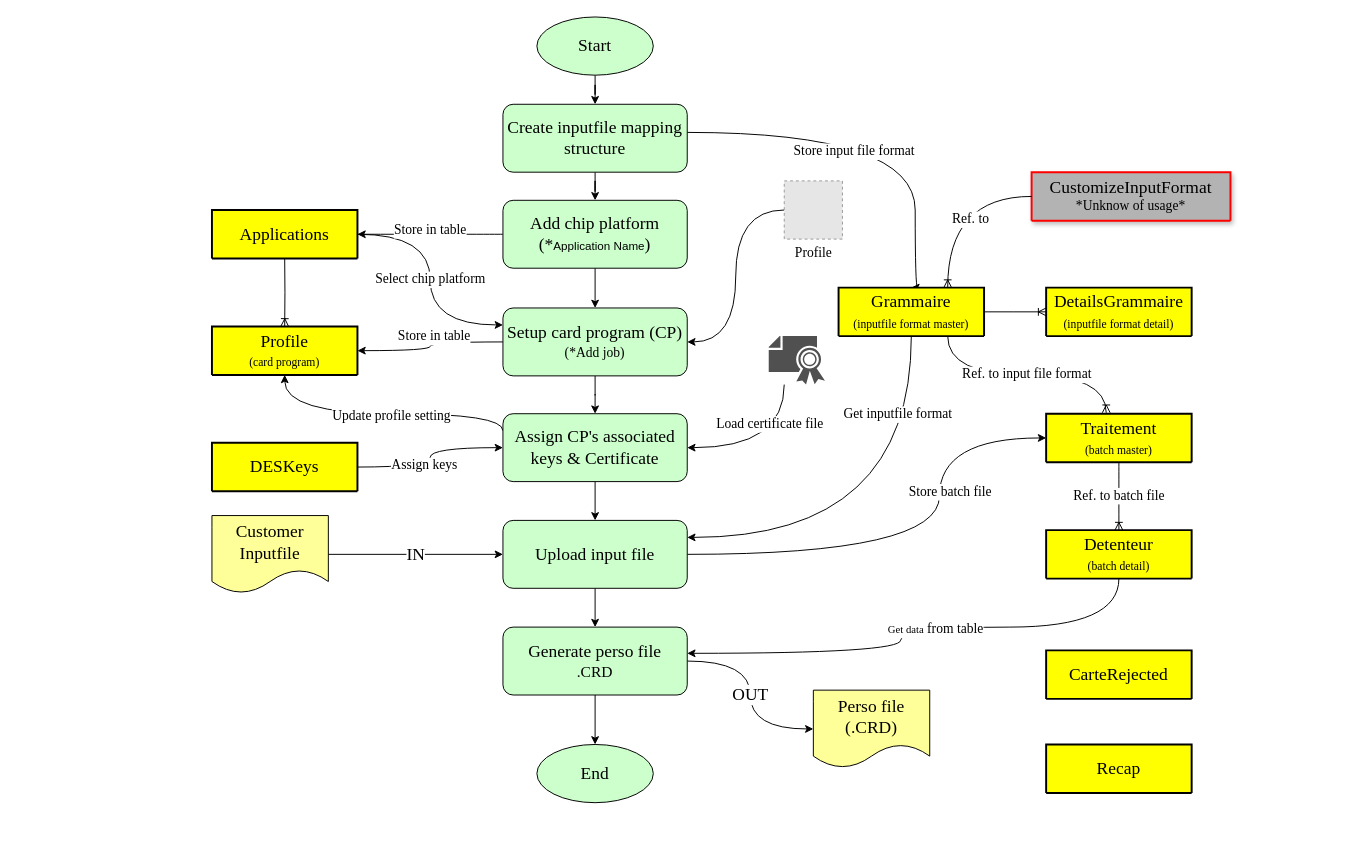
Earlier version of the draw.io diagram page "SmartCPS Core" (1 of 2) of smartcps.drawio (delphihero/MyDocument). Source tidied: cells renumbered, new cells numbered last; positions are measured from the earlier drawing's top-left corner, leaving out a move shared by most shapes. Both pictures are drawn from the tidied source at 97%, with x=0, y=0 at pixel (211, 16). Pictures stored in the file or linked from it are replaced by grey dashed boxes.
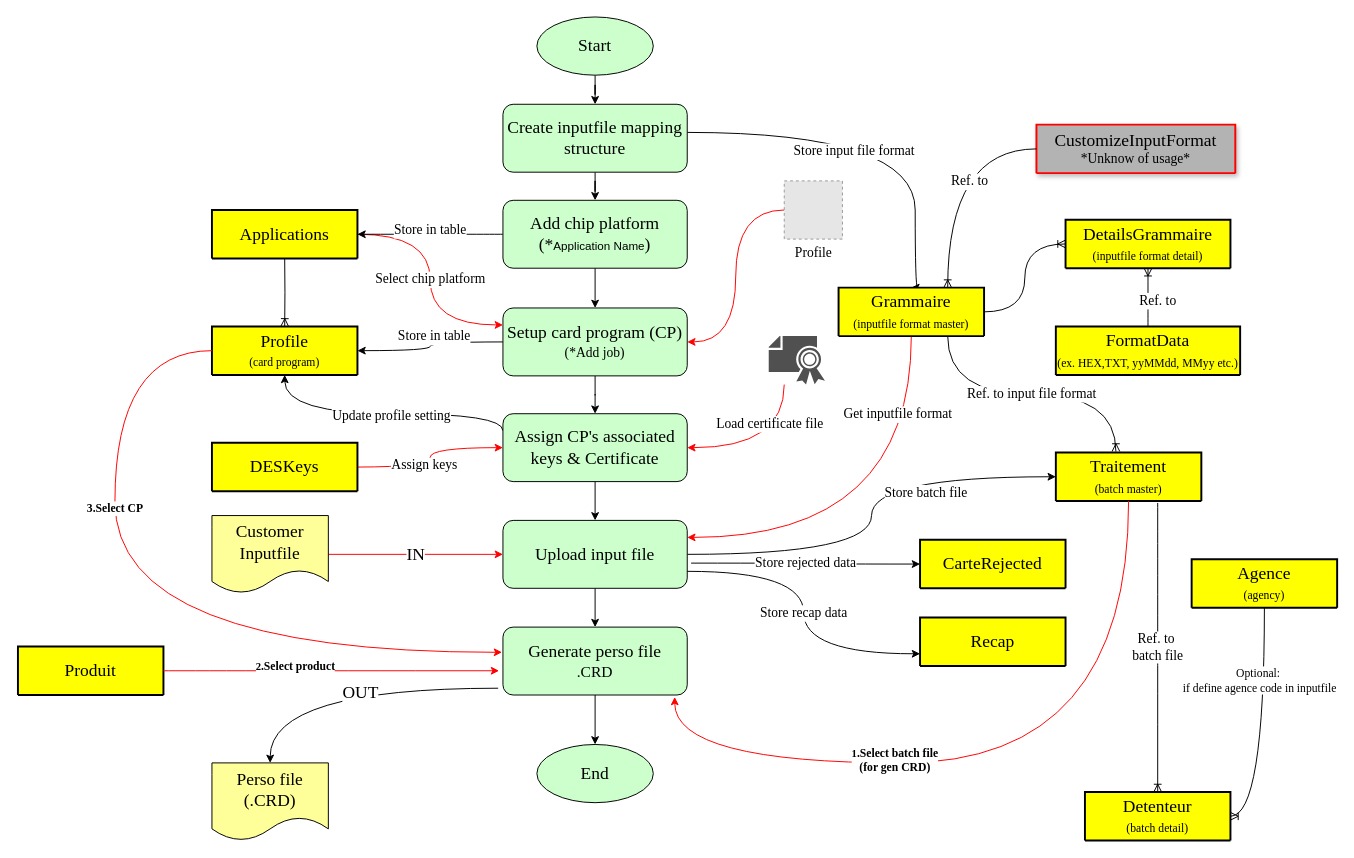
The same page after the edit.

Unchanged cells that the change refers to:
```xml
<mxCell id="7" value="&lt;div&gt;&lt;font style=&quot;font-size: 18px;&quot; face=&quot;Garamond&quot;&gt;Grammaire&lt;/font&gt;&lt;/div&gt;&lt;div&gt;&lt;font style=&quot;font-size: 12px;&quot; face=&quot;Garamond&quot;&gt;(inputfile format master)&lt;/font&gt;&lt;font size=&quot;3&quot; face=&quot;Garamond&quot;&gt;&lt;br&gt;&lt;/font&gt;&lt;/div&gt;" style="swimlane;horizontal=1;startSize=50;rounded=1;fontSize=14;fontStyle=0;strokeWidth=2;shadow=0;dashed=0;align=center;arcSize=4;whiteSpace=wrap;html=1;fillColor=#FFFF00;" parent="1" vertex="1" collapsed="1">
  <mxGeometry x="646" y="279" width="150" height="50" as="geometry" />
</mxCell>
<mxCell id="12" value="&lt;div&gt;&lt;font face=&quot;Garamond&quot; style=&quot;font-size: 18px;&quot;&gt;Setup card program (CP)&lt;/font&gt;&lt;/div&gt;&lt;div&gt;&lt;font style=&quot;font-size: 14px;&quot; face=&quot;Garamond&quot;&gt;(*Add job)&lt;/font&gt;&lt;font size=&quot;3&quot; face=&quot;Garamond&quot;&gt;&lt;br&gt;&lt;/font&gt;&lt;/div&gt;" style="rounded=1;whiteSpace=wrap;html=1;fillColor=#CCFFCC;" parent="1" vertex="1">
  <mxGeometry x="300" y="300" width="190" height="70" as="geometry" />
</mxCell>
<mxCell id="18" value="&lt;font style=&quot;font-size: 18px;&quot; face=&quot;Garamond&quot;&gt;Assign CP's associated keys &amp;amp; Certificate&lt;br&gt;&lt;/font&gt;" style="rounded=1;whiteSpace=wrap;html=1;fillColor=#CCFFCC;" parent="1" vertex="1">
  <mxGeometry x="300" y="409" width="190" height="70" as="geometry" />
</mxCell>
<mxCell id="22" value="&lt;font style=&quot;font-size: 18px;&quot; face=&quot;Garamond&quot;&gt;Upload input file&lt;br&gt;&lt;/font&gt;" style="rounded=1;whiteSpace=wrap;html=1;fillColor=#CCFFCC;" parent="1" vertex="1">
  <mxGeometry x="300" y="519" width="190" height="70" as="geometry" />
</mxCell>
<mxCell id="24" value="&lt;font style=&quot;font-size: 18px;&quot; face=&quot;Garamond&quot;&gt;Customer Inputfile&lt;/font&gt;" style="shape=document;whiteSpace=wrap;html=1;boundedLbl=1;fillColor=#FFFF99;" parent="1" vertex="1">
  <mxGeometry y="514" width="120" height="80" as="geometry" />
</mxCell>
<mxCell id="27" value="&lt;font face=&quot;Garamond&quot; style=&quot;font-size: 14px;&quot;&gt;Profile&lt;/font&gt;" style="fillColor=#E6E6E6;strokeColor=#999999;dashed=1;html=1;verticalAlign=top;verticalLabelPosition=bottom;labelBackgroundColor=#ffffff;" parent="1" vertex="1">
  <mxGeometry x="590" y="169" width="60" height="60" as="geometry" />
</mxCell>
<mxCell id="28" value="&lt;div&gt;&lt;font style=&quot;font-size: 18px;&quot; face=&quot;Garamond&quot;&gt;Profile&lt;/font&gt;&lt;/div&gt;&lt;div&gt;&lt;font style=&quot;font-size: 12px;&quot; face=&quot;Garamond&quot;&gt;(card program)&lt;br&gt;&lt;/font&gt;&lt;/div&gt;" style="swimlane;horizontal=1;startSize=50;rounded=1;fontSize=14;fontStyle=0;strokeWidth=2;shadow=0;dashed=0;align=center;arcSize=4;whiteSpace=wrap;html=1;fillColor=#FFFF00;" parent="1" vertex="1" collapsed="1">
  <mxGeometry y="319" width="150" height="50" as="geometry" />
</mxCell>
<mxCell id="30" value="&lt;font style=&quot;font-size: 18px;&quot; face=&quot;Garamond&quot;&gt;Applications&lt;/font&gt;" style="swimlane;horizontal=1;startSize=50;rounded=1;fontSize=14;fontStyle=0;strokeWidth=2;shadow=0;dashed=0;align=center;arcSize=4;whiteSpace=wrap;html=1;fillColor=#FFFF00;" parent="1" vertex="1" collapsed="1">
  <mxGeometry y="199" width="150" height="50" as="geometry" />
</mxCell>
<mxCell id="39" value="&lt;font style=&quot;font-size: 18px;&quot; face=&quot;Garamond&quot;&gt;DESKeys&lt;/font&gt;" style="swimlane;horizontal=1;startSize=50;rounded=1;fontSize=14;fontStyle=0;strokeWidth=2;shadow=0;dashed=0;align=center;arcSize=4;whiteSpace=wrap;html=1;fillColor=#FFFF00;" parent="1" vertex="1" collapsed="1">
  <mxGeometry y="439" width="150" height="50" as="geometry" />
</mxCell>
<mxCell id="42" style="sketch=0;shadow=0;dashed=0;html=1;strokeColor=none;fillColor=#505050;labelPosition=center;verticalLabelPosition=bottom;verticalAlign=top;outlineConnect=0;align=center;shape=mxgraph.office.security.certificate;" parent="1" vertex="1">
  <mxGeometry x="574" y="329" width="58" height="50" as="geometry" />
</mxCell>
<mxCell id="45" value="&lt;div&gt;&lt;font style=&quot;font-size: 18px;&quot; face=&quot;Garamond&quot;&gt;Generate perso file&lt;/font&gt;&lt;/div&gt;&lt;div&gt;&lt;font size=&quot;3&quot; face=&quot;Garamond&quot;&gt;.CRD&lt;br&gt;&lt;/font&gt;&lt;/div&gt;" style="rounded=1;whiteSpace=wrap;html=1;fillColor=#CCFFCC;" parent="1" vertex="1">
  <mxGeometry x="300" y="629" width="190" height="70" as="geometry" />
</mxCell>
```

The edit, as a diff of the source:
```diff
@@
-    <mxCell id="5" style="edgeStyle=orthogonalEdgeStyle;rounded=0;jettySize=auto;html=1;entryX=1;entryY=0.25;entryDx=0;entryDy=0;curved=1;exitX=0.5;exitY=1;exitDx=0;exitDy=0;" parent="1" edge="1" source="7" target="22">
+    <mxCell id="5" style="edgeStyle=orthogonalEdgeStyle;rounded=0;jettySize=auto;html=1;entryX=1;entryY=0.25;entryDx=0;entryDy=0;curved=1;exitX=0.5;exitY=1;exitDx=0;exitDy=0;strokeColor=#FF0000;" parent="1" edge="1" source="7" target="22">
       <mxGeometry relative="1" as="geometry" />
     </mxCell>
@@
     <mxCell id="8" value="&lt;div&gt;&lt;font style=&quot;font-size: 18px;&quot; face=&quot;Garamond&quot;&gt;DetailsGrammaire&lt;/font&gt;&lt;/div&gt;&lt;div&gt;&lt;font style=&quot;font-size: 18px;&quot; face=&quot;Garamond&quot;&gt;&lt;/font&gt;&lt;div&gt;&lt;font style=&quot;font-size: 12px;&quot; face=&quot;Garamond&quot;&gt;(inputfile format detail)&lt;/font&gt;&lt;font size=&quot;3&quot; face=&quot;Garamond&quot;&gt;&lt;br&gt;&lt;/font&gt;&lt;/div&gt;&lt;font style=&quot;font-size: 18px;&quot; face=&quot;Garamond&quot;&gt;&lt;/font&gt;&lt;/div&gt;" style="swimlane;horizontal=1;startSize=50;rounded=1;fontSize=14;fontStyle=0;strokeWidth=2;shadow=0;dashed=0;align=center;arcSize=4;whiteSpace=wrap;html=1;fillColor=#FFFF00;" parent="1" vertex="1" collapsed="1">
-      <mxGeometry x="860" y="279" width="150" height="50" as="geometry" />
+      <mxGeometry x="880" y="209" width="170" height="50" as="geometry" />
     </mxCell>
@@
     <mxCell id="20" style="edgeStyle=orthogonalEdgeStyle;rounded=0;jettySize=auto;html=1;curved=1;entryX=0;entryY=0.5;entryDx=0;entryDy=0;" parent="1" edge="1" source="22" target="46">
-      <mxGeometry relative="1" as="geometry">
-        <Array as="points">
-          <mxPoint x="750" y="554" />
-          <mxPoint x="750" y="434" />
-        </Array>
-      </mxGeometry>
+      <mxGeometry relative="1" as="geometry" />
     </mxCell>
@@
-    <mxCell id="23" value="&lt;font face=&quot;Garamond&quot; style=&quot;font-size: 18px;&quot;&gt;IN&lt;/font&gt;" style="edgeStyle=orthogonalEdgeStyle;rounded=0;jettySize=auto;html=1;" parent="1" edge="1" source="24" target="22">
+    <mxCell id="23" value="&lt;font face=&quot;Garamond&quot; style=&quot;font-size: 18px;&quot;&gt;IN&lt;/font&gt;" style="edgeStyle=orthogonalEdgeStyle;rounded=0;jettySize=auto;html=1;strokeColor=#FF0000;" parent="1" edge="1" source="24" target="22">
       <mxGeometry relative="1" as="geometry" />
     </mxCell>
@@
     <mxCell id="25" value="&lt;div&gt;&lt;font style=&quot;font-size: 18px;&quot; face=&quot;Garamond&quot;&gt;Perso file&lt;/font&gt;&lt;/div&gt;&lt;div&gt;&lt;font style=&quot;font-size: 18px;&quot; face=&quot;Garamond&quot;&gt;(.CRD)&lt;br&gt;&lt;/font&gt;&lt;/div&gt;" style="shape=document;whiteSpace=wrap;html=1;boundedLbl=1;fillColor=#FFFF99;" parent="1" vertex="1">
-      <mxGeometry x="620" y="694" width="120" height="80" as="geometry" />
+      <mxGeometry y="769" width="120" height="80" as="geometry" />
     </mxCell>
-    <mxCell id="26" style="edgeStyle=orthogonalEdgeStyle;rounded=0;jettySize=auto;html=1;curved=1;entryX=1;entryY=0.5;entryDx=0;entryDy=0;" parent="1" edge="1" source="27" target="12">
+    <mxCell id="26" style="edgeStyle=orthogonalEdgeStyle;rounded=0;jettySize=auto;html=1;curved=1;entryX=1;entryY=0.5;entryDx=0;entryDy=0;strokeColor=#FF0000;" parent="1" edge="1" source="27" target="12">
       <mxGeometry relative="1" as="geometry" />
     </mxCell>
@@
-    <mxCell id="29" value="&lt;font face=&quot;Garamond&quot; style=&quot;font-size: 14px;&quot;&gt;Select chip platform&lt;/font&gt;" style="edgeStyle=orthogonalEdgeStyle;rounded=0;jettySize=auto;html=1;entryX=0;entryY=0.25;entryDx=0;entryDy=0;curved=1;" parent="1" edge="1" source="30" target="12">
+    <mxCell id="29" value="&lt;font face=&quot;Garamond&quot; style=&quot;font-size: 14px;&quot;&gt;Select chip platform&lt;/font&gt;" style="edgeStyle=orthogonalEdgeStyle;rounded=0;jettySize=auto;html=1;entryX=0;entryY=0.25;entryDx=0;entryDy=0;curved=1;strokeColor=#FF0000;" parent="1" edge="1" source="30" target="12">
       <mxGeometry relative="1" as="geometry" />
     </mxCell>
@@
-    <mxCell id="36" style="edgeStyle=entityRelationEdgeStyle;fontSize=12;html=1;endArrow=ERoneToMany;rounded=0;entryX=0;entryY=0.5;entryDx=0;entryDy=0;exitX=1;exitY=0.5;exitDx=0;exitDy=0;" parent="1" edge="1" source="7" target="8">
+    <mxCell id="36" style="edgeStyle=orthogonalEdgeStyle;fontSize=12;html=1;endArrow=ERoneToMany;rounded=0;entryX=0;entryY=0.5;entryDx=0;entryDy=0;exitX=1;exitY=0.5;exitDx=0;exitDy=0;curved=1;" parent="1" edge="1" source="7" target="8">
       <mxGeometry relative="1" as="geometry" />
     </mxCell>
-    <mxCell id="37" style="edgeStyle=orthogonalEdgeStyle;rounded=0;jettySize=auto;html=1;entryX=0;entryY=0.5;entryDx=0;entryDy=0;curved=1;" parent="1" edge="1" source="39" target="18">
+    <mxCell id="37" style="edgeStyle=orthogonalEdgeStyle;rounded=0;jettySize=auto;html=1;entryX=0;entryY=0.5;entryDx=0;entryDy=0;curved=1;strokeColor=#FF0000;" parent="1" edge="1" source="39" target="18">
       <mxGeometry relative="1" as="geometry" />
     </mxCell>
@@
-    <mxCell id="40" style="edgeStyle=orthogonalEdgeStyle;rounded=0;jettySize=auto;html=1;entryX=1;entryY=0.5;entryDx=0;entryDy=0;curved=1;" parent="1" edge="1" source="42" target="18">
+    <mxCell id="40" style="edgeStyle=orthogonalEdgeStyle;rounded=0;jettySize=auto;html=1;entryX=1;entryY=0.5;entryDx=0;entryDy=0;curved=1;strokeColor=#FF0000;" parent="1" edge="1" source="42" target="18">
       <mxGeometry relative="1" as="geometry">
         <Array as="points">
           <mxPoint x="590" y="444" />
         </Array>
       </mxGeometry>
     </mxCell>
@@
-    <mxCell id="43" value="&lt;font style=&quot;font-size: 18px;&quot; face=&quot;Garamond&quot;&gt;OUT&lt;/font&gt;" style="edgeStyle=orthogonalEdgeStyle;rounded=0;jettySize=auto;html=1;entryX=0;entryY=0.5;entryDx=0;entryDy=0;curved=1;" parent="1" edge="1" source="45" target="25">
-      <mxGeometry relative="1" as="geometry" />
+    <mxCell id="43" value="&lt;font style=&quot;font-size: 18px;&quot; face=&quot;Garamond&quot;&gt;OUT&lt;/font&gt;" style="edgeStyle=orthogonalEdgeStyle;rounded=0;jettySize=auto;html=1;entryX=0.5;entryY=0;entryDx=0;entryDy=0;curved=1;exitX=-0.026;exitY=0.9;exitDx=0;exitDy=0;exitPerimeter=0;" parent="1" edge="1" source="45" target="25">
+      <mxGeometry x="-0.09" y="5" relative="1" as="geometry" />
     </mxCell>
@@
+    <mxCell id="58" value="&lt;font style=&quot;font-size: 14px;&quot; face=&quot;Garamond&quot;&gt;Store rejected data&lt;br&gt;&lt;/font&gt;" style="edgeStyle=orthogonalEdgeStyle;rounded=0;jettySize=auto;html=1;curved=1;exitX=1.021;exitY=0.629;exitDx=0;exitDy=0;exitPerimeter=0;" parent="1" edge="1" source="22" target="48">
+      <mxGeometry relative="1" as="geometry" />
+    </mxCell>
+    <mxCell id="59" value="&lt;font style=&quot;font-size: 14px;&quot; face=&quot;Garamond&quot;&gt;Store recap data&lt;/font&gt;" style="edgeStyle=orthogonalEdgeStyle;rounded=0;jettySize=auto;html=1;entryX=0;entryY=0.75;entryDx=0;entryDy=0;curved=1;exitX=1;exitY=0.75;exitDx=0;exitDy=0;" parent="1" edge="1" source="22" target="49">
+      <mxGeometry relative="1" as="geometry" />
+    </mxCell>
@@
     <mxCell id="46" value="&lt;div&gt;&lt;font style=&quot;font-size: 18px;&quot; face=&quot;Garamond&quot;&gt;Traitement&lt;/font&gt;&lt;/div&gt;&lt;div&gt;&lt;font style=&quot;font-size: 12px;&quot; face=&quot;Garamond&quot;&gt;(batch master)&lt;/font&gt;&lt;font size=&quot;3&quot; face=&quot;jMzl_yuLl0mQnvaVNmXk&quot;&gt;&lt;br&gt;&lt;/font&gt;&lt;/div&gt;" style="swimlane;horizontal=1;startSize=50;rounded=1;fontSize=14;fontStyle=0;strokeWidth=2;shadow=0;dashed=0;align=center;arcSize=4;whiteSpace=wrap;html=1;fillColor=#FFFF00;" parent="1" vertex="1" collapsed="1">
-      <mxGeometry x="860" y="409" width="150" height="50" as="geometry" />
+      <mxGeometry x="870" y="449" width="150" height="50" as="geometry" />
     </mxCell>
     <mxCell id="47" value="&lt;div&gt;&lt;font style=&quot;font-size: 18px;&quot; face=&quot;Garamond&quot;&gt;Detenteur&lt;/font&gt;&lt;/div&gt;&lt;div&gt;&lt;div&gt;&lt;font style=&quot;font-size: 12px;&quot; face=&quot;Garamond&quot;&gt;(batch detail)&lt;/font&gt;&lt;font size=&quot;3&quot; face=&quot;xLAoZv_TWANBeWZ196cj&quot;&gt;&lt;br&gt;&lt;/font&gt;&lt;/div&gt;&lt;/div&gt;" style="swimlane;horizontal=1;startSize=50;rounded=1;fontSize=14;fontStyle=0;strokeWidth=2;shadow=0;dashed=0;align=center;arcSize=4;whiteSpace=wrap;html=1;fillColor=#FFFF00;" parent="1" vertex="1" collapsed="1">
-      <mxGeometry x="860" y="529" width="150" height="50" as="geometry" />
+      <mxGeometry x="900" y="799" width="150" height="50" as="geometry" />
     </mxCell>
     <mxCell id="48" value="&lt;font style=&quot;font-size: 18px;&quot; face=&quot;Garamond&quot;&gt;CarteRejected&lt;/font&gt;" style="swimlane;horizontal=1;startSize=50;rounded=1;fontSize=14;fontStyle=0;strokeWidth=2;shadow=0;dashed=0;align=center;arcSize=4;whiteSpace=wrap;html=1;fillColor=#FFFF00;" parent="1" vertex="1" collapsed="1">
-      <mxGeometry x="860" y="653" width="150" height="50" as="geometry" />
+      <mxGeometry x="730" y="539" width="150" height="50" as="geometry" />
     </mxCell>
     <mxCell id="49" value="&lt;font style=&quot;font-size: 18px;&quot; face=&quot;Garamond&quot;&gt;Recap&lt;/font&gt;" style="swimlane;horizontal=1;startSize=50;rounded=1;fontSize=14;fontStyle=0;strokeWidth=2;shadow=0;dashed=0;align=center;arcSize=4;whiteSpace=wrap;html=1;fillColor=#FFFF00;" parent="1" vertex="1" collapsed="1">
-      <mxGeometry x="860" y="750" width="150" height="50" as="geometry" />
+      <mxGeometry x="730" y="619" width="150" height="50" as="geometry" />
     </mxCell>
-    <mxCell id="50" style="edgeStyle=orthogonalEdgeStyle;rounded=0;jettySize=auto;html=1;entryX=1;entryY=0.386;entryDx=0;entryDy=0;entryPerimeter=0;curved=1;" parent="1" edge="1" source="47" target="45">
-      <mxGeometry relative="1" as="geometry">
-        <Array as="points">
-          <mxPoint x="935" y="629" />
-          <mxPoint x="710" y="629" />
-          <mxPoint x="710" y="656" />
-        </Array>
-      </mxGeometry>
-    </mxCell>
-    <mxCell id="51" value="&lt;div&gt;&lt;br&gt;&lt;/div&gt;&lt;div&gt;&lt;br&gt;&lt;/div&gt;" style="edgeLabel;html=1;align=center;verticalAlign=middle;" parent="50" vertex="1">
-      <mxGeometry x="-0.12" relative="1" as="geometry" />
-    </mxCell>
-    <mxCell id="52" value="&lt;font face=&quot;Garamond&quot;&gt;Get data&lt;/font&gt;&lt;font style=&quot;font-size: 14px;&quot; face=&quot;Garamond&quot;&gt; from table&lt;/font&gt;" style="edgeLabel;html=1;align=center;verticalAlign=middle;" parent="50" vertex="1">
-      <mxGeometry x="-0.08" y="2" relative="1" as="geometry" />
-    </mxCell>
@@
     <mxCell id="54" value="&lt;div&gt;&lt;font style=&quot;font-size: 18px;&quot; face=&quot;Garamond&quot;&gt;CustomizeInputFormat&lt;/font&gt;&lt;/div&gt;&lt;div&gt;&lt;font style=&quot;font-size: 14px;&quot; face=&quot;Garamond&quot;&gt;*Unknow of usage*&lt;i&gt;&lt;br&gt;&lt;/i&gt;&lt;/font&gt;&lt;/div&gt;" style="swimlane;horizontal=1;startSize=50;rounded=1;fontSize=14;fontStyle=0;strokeWidth=2;shadow=1;dashed=0;align=center;arcSize=4;whiteSpace=wrap;html=1;fillColor=#B3B3B3;strokeColor=#FF0000;" parent="1" vertex="1" collapsed="1">
-      <mxGeometry x="845" y="160" width="205" height="50" as="geometry" />
+      <mxGeometry x="850" y="111" width="205" height="50" as="geometry" />
     </mxCell>
     <mxCell id="55" value="&lt;font style=&quot;font-size: 14px;&quot; face=&quot;Garamond&quot;&gt;Ref. to&lt;/font&gt;" style="edgeStyle=orthogonalEdgeStyle;fontSize=12;html=1;endArrow=ERoneToMany;rounded=0;entryX=0.75;entryY=0;entryDx=0;entryDy=0;exitX=0;exitY=0.5;exitDx=0;exitDy=0;curved=1;" parent="1" edge="1" source="54" target="7">
-      <mxGeometry x="-0.3" y="24" relative="1" as="geometry" />
+      <mxGeometry x="0.06" y="22" relative="1" as="geometry">
+        <mxPoint y="1" as="offset" />
+      </mxGeometry>
     </mxCell>
@@
-    <mxCell id="57" value="&lt;font style=&quot;font-size: 14px;&quot; face=&quot;Garamond&quot;&gt;Ref. to batch file&lt;br&gt;&lt;/font&gt;" style="edgeStyle=orthogonalEdgeStyle;fontSize=12;html=1;endArrow=ERoneToMany;rounded=0;entryX=0.5;entryY=0;entryDx=0;entryDy=0;exitX=0.5;exitY=1;exitDx=0;exitDy=0;curved=1;" parent="1" edge="1" source="46" target="47">
+    <mxCell id="57" value="&lt;div&gt;&lt;font style=&quot;font-size: 14px;&quot; face=&quot;Garamond&quot;&gt;Ref. to&amp;nbsp;&lt;/font&gt;&lt;/div&gt;&lt;div&gt;&lt;font style=&quot;font-size: 14px;&quot; face=&quot;Garamond&quot;&gt;batch file&lt;/font&gt;&lt;/div&gt;" style="edgeStyle=orthogonalEdgeStyle;fontSize=12;html=1;endArrow=ERoneToMany;rounded=0;entryX=0.5;entryY=0;entryDx=0;entryDy=0;exitX=0.7;exitY=1.04;exitDx=0;exitDy=0;curved=1;exitPerimeter=0;" parent="1" edge="1" source="46" target="47">
       <mxGeometry relative="1" as="geometry" />
     </mxCell>
+    <mxCell id="60" value="&lt;font style=&quot;font-size: 14px;&quot; face=&quot;Garamond&quot;&gt;Ref. to&lt;/font&gt;" style="edgeStyle=orthogonalEdgeStyle;fontSize=12;html=1;endArrow=ERoneToMany;rounded=0;entryX=0.5;entryY=1;entryDx=0;entryDy=0;curved=1;" parent="1" edge="1" source="61" target="8">
+      <mxGeometry x="-0.12" y="-10" relative="1" as="geometry" />
+    </mxCell>
+    <mxCell id="61" value="&lt;div&gt;&lt;font style=&quot;font-size: 18px;&quot; face=&quot;Garamond&quot;&gt;FormatData&lt;/font&gt;&lt;/div&gt;&lt;div&gt;&lt;font style=&quot;font-size: 18px;&quot; face=&quot;Garamond&quot;&gt;&lt;/font&gt;&lt;div&gt;&lt;font style=&quot;font-size: 12px;&quot; face=&quot;Garamond&quot;&gt;(ex. HEX,TXT, yyMMdd, MMyy etc.)&lt;/font&gt;&lt;font size=&quot;3&quot; face=&quot;Garamond&quot;&gt;&lt;br&gt;&lt;/font&gt;&lt;/div&gt;&lt;font style=&quot;font-size: 18px;&quot; face=&quot;Garamond&quot;&gt;&lt;/font&gt;&lt;/div&gt;" style="swimlane;horizontal=1;startSize=50;rounded=1;fontSize=14;fontStyle=0;strokeWidth=2;shadow=0;dashed=0;align=center;arcSize=4;whiteSpace=wrap;html=1;fillColor=#FFFF00;" parent="1" vertex="1" collapsed="1">
+      <mxGeometry x="870" y="319" width="190" height="50" as="geometry" />
+    </mxCell>
+    <mxCell id="62" value="&lt;div&gt;&lt;font style=&quot;font-size: 18px;&quot; face=&quot;Garamond&quot;&gt;Agence&lt;/font&gt;&lt;/div&gt;&lt;div&gt;&lt;font style=&quot;font-size: 12px;&quot; face=&quot;Garamond&quot;&gt;(agency)&lt;/font&gt;&lt;font size=&quot;3&quot; face=&quot;Garamond&quot;&gt;&lt;br&gt;&lt;/font&gt;&lt;/div&gt;" style="swimlane;horizontal=1;startSize=50;rounded=1;fontSize=14;fontStyle=0;strokeWidth=2;shadow=0;dashed=0;align=center;arcSize=4;whiteSpace=wrap;html=1;fillColor=#FFFF00;" parent="1" vertex="1" collapsed="1">
+      <mxGeometry x="1010" y="559" width="150" height="50" as="geometry" />
+    </mxCell>
+    <mxCell id="63" value="&lt;div&gt;&lt;font style=&quot;font-size: 12px;&quot; face=&quot;Garamond&quot;&gt;Optional:&amp;nbsp;&lt;/font&gt;&lt;/div&gt;&lt;div&gt;&lt;font style=&quot;font-size: 12px;&quot; face=&quot;Garamond&quot;&gt;if define agence code in inputfile&lt;/font&gt;&lt;/div&gt;" style="edgeStyle=orthogonalEdgeStyle;fontSize=12;html=1;endArrow=ERoneToMany;rounded=0;entryX=1;entryY=0.5;entryDx=0;entryDy=0;exitX=0.5;exitY=1;exitDx=0;exitDy=0;curved=1;" parent="1" edge="1" source="62" target="47">
+      <mxGeometry x="-0.4" y="-5" relative="1" as="geometry" />
+    </mxCell>
+    <mxCell id="64" value="&lt;b&gt;&lt;font style=&quot;font-size: 12px;&quot; face=&quot;Garamond&quot;&gt;3.Select CP&lt;/font&gt;&lt;/b&gt;" style="edgeStyle=orthogonalEdgeStyle;rounded=0;jettySize=auto;html=1;entryX=-0.005;entryY=0.371;entryDx=0;entryDy=0;entryPerimeter=0;curved=1;strokeColor=#FF0000;" parent="1" edge="1" source="28" target="45">
+      <mxGeometry x="-0.35" relative="1" as="geometry">
+        <Array as="points">
+          <mxPoint x="-100" y="344" />
+          <mxPoint x="-100" y="655" />
+        </Array>
+      </mxGeometry>
+    </mxCell>
+    <mxCell id="65" value="&lt;font style=&quot;font-size: 18px;&quot; face=&quot;Garamond&quot;&gt;Produit&lt;/font&gt;" style="swimlane;horizontal=1;startSize=50;rounded=1;fontSize=14;fontStyle=0;strokeWidth=2;shadow=0;dashed=0;align=center;arcSize=4;whiteSpace=wrap;html=1;fillColor=#FFFF00;" parent="1" vertex="1" collapsed="1">
+      <mxGeometry x="-200" y="649" width="150" height="50" as="geometry" />
+    </mxCell>
+    <mxCell id="66" style="edgeStyle=orthogonalEdgeStyle;rounded=0;jettySize=auto;html=1;entryX=-0.021;entryY=0.643;entryDx=0;entryDy=0;entryPerimeter=0;curved=1;strokeColor=#FF0000;" parent="1" edge="1" source="65" target="45">
+      <mxGeometry relative="1" as="geometry" />
+    </mxCell>
+    <mxCell id="67" value="&lt;b&gt;&lt;font face=&quot;Garamond&quot;&gt;2&lt;/font&gt;&lt;font style=&quot;font-size: 12px;&quot; face=&quot;Garamond&quot;&gt;.Select product&lt;/font&gt;&lt;/b&gt;" style="edgeLabel;html=1;align=center;verticalAlign=middle;" parent="66" vertex="1">
+      <mxGeometry x="-0.22" y="-3" relative="1" as="geometry">
+        <mxPoint y="-8" as="offset" />
+      </mxGeometry>
+    </mxCell>
+    <mxCell id="68" style="edgeStyle=orthogonalEdgeStyle;rounded=0;jettySize=auto;html=1;entryX=0.932;entryY=1.029;entryDx=0;entryDy=0;curved=1;entryPerimeter=0;strokeColor=#FF0000;" parent="1" edge="1" source="46" target="45">
+      <mxGeometry relative="1" as="geometry">
+        <Array as="points">
+          <mxPoint x="945" y="769" />
+          <mxPoint x="477" y="769" />
+        </Array>
+      </mxGeometry>
+    </mxCell>
+    <mxCell id="69" value="&lt;div&gt;&lt;b&gt;&lt;font face=&quot;Garamond&quot;&gt;1&lt;/font&gt;&lt;font style=&quot;font-size: 12px;&quot; face=&quot;Garamond&quot;&gt;.Select batch file&lt;/font&gt;&lt;/b&gt;&lt;/div&gt;&lt;div&gt;&lt;b&gt;&lt;font style=&quot;font-size: 12px;&quot; face=&quot;Garamond&quot;&gt;(for gen CRD)&lt;br&gt;&lt;/font&gt;&lt;/b&gt;&lt;/div&gt;" style="edgeLabel;html=1;align=center;verticalAlign=middle;fillColor=#FFFF99;strokeColor=#003300;" parent="68" vertex="1">
+      <mxGeometry x="0.27" y="-4" relative="1" as="geometry" />
+    </mxCell>
```
